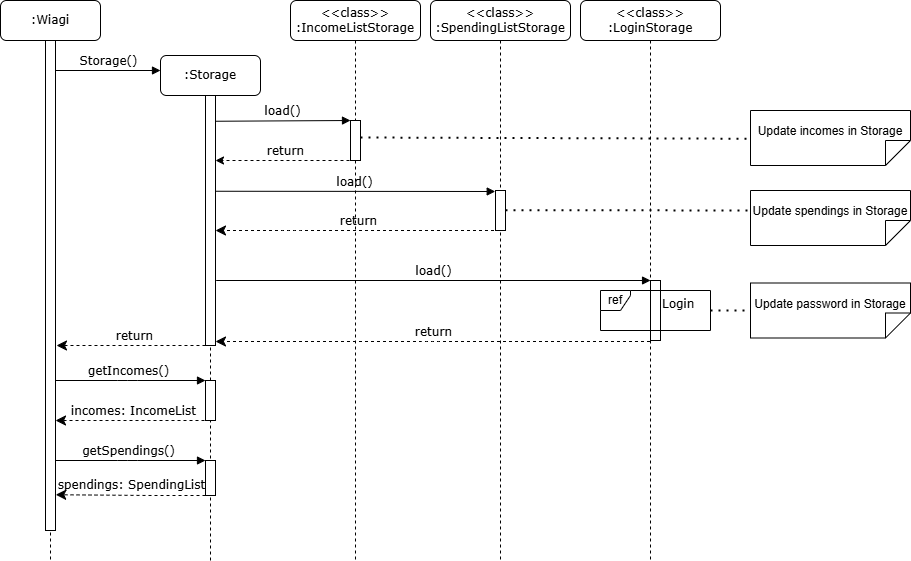
Before: docs/Diagrams/Storage/loadStorageSD.png, a diagram exported from draw.io (wongwh2002/CS2113TeamProject). Source tidied: cells renumbered, new cells last; positions are measured from the earlier drawing's top-left corner, leaving out a move shared by most shapes.
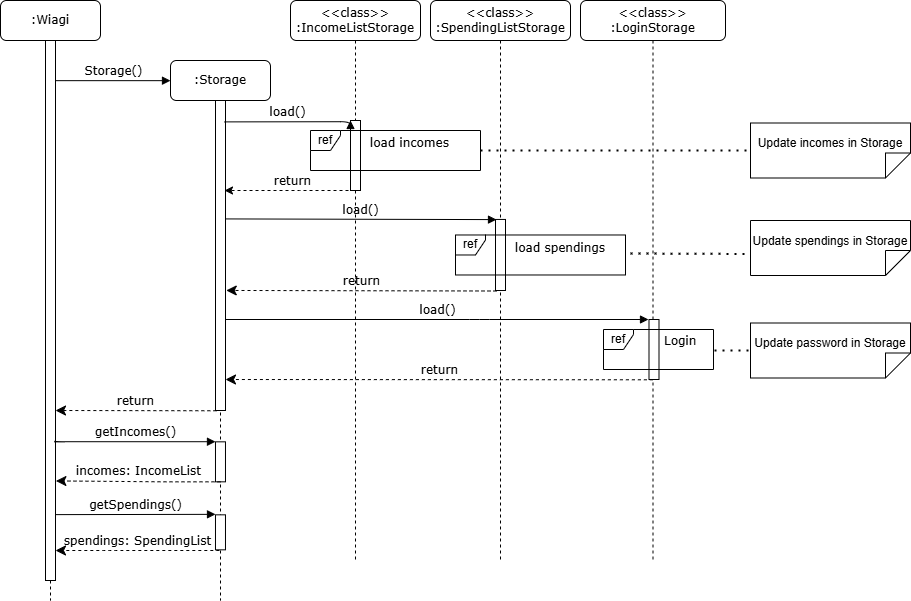
After the change.

Commit message:
Update load storage sd

What changed in the source:
```diff
@@ -3,163 +3,177 @@
     <mxCell id="0" />
     <mxCell id="1" parent="0" />
     <mxCell id="2" value=":Storage" style="shape=umlLifeline;perimeter=lifelinePerimeter;whiteSpace=wrap;html=1;rounded=1;shadow=0;comic=0;labelBackgroundColor=none;strokeWidth=1;fontFamily=Verdana;fontSize=12;align=center;" parent="1" vertex="1">
-      <mxGeometry x="160" y="55" width="100" height="505" as="geometry" />
+      <mxGeometry x="170" y="60" width="100" height="540" as="geometry" />
     </mxCell>
     <mxCell id="3" style="html=1;points=[];perimeter=orthogonalPerimeter;rounded=0;shadow=0;comic=0;labelBackgroundColor=none;strokeWidth=1;fontFamily=Verdana;fontSize=12;align=center;" parent="2" vertex="1">
-      <mxGeometry x="45" y="40" width="10" height="250" as="geometry" />
+      <mxGeometry x="45" y="40" width="10" height="310" as="geometry" />
     </mxCell>
+    <mxCell id="33" value="return" style="html=1;verticalAlign=bottom;endArrow=classic;dashed=1;endSize=8;labelBackgroundColor=none;fontFamily=Verdana;fontSize=12;edgeStyle=elbowEdgeStyle;elbow=vertical;endFill=1;exitX=0.087;exitY=0.998;exitDx=0;exitDy=0;exitPerimeter=0;" parent="2" edge="1">
+      <mxGeometry relative="1" as="geometry">
+        <mxPoint x="45.8" y="350.3" as="sourcePoint" />
+        <mxPoint x="-115" y="350.3" as="targetPoint" />
+        <Array as="points">
+          <mxPoint x="-20" y="350" />
+          <mxPoint x="-15" y="350.3" />
+          <mxPoint x="15" y="350.3" />
+        </Array>
+      </mxGeometry>
+    </mxCell>
+    <mxCell id="12" value="&amp;lt;&amp;lt;class&amp;gt;&amp;gt;&lt;br&gt;:IncomeListStorage" style="shape=umlLifeline;perimeter=lifelinePerimeter;whiteSpace=wrap;html=1;rounded=1;shadow=0;comic=0;labelBackgroundColor=none;strokeWidth=1;fontFamily=Verdana;fontSize=12;align=center;" parent="1" vertex="1">
+      <mxGeometry x="290" width="130" height="560" as="geometry" />
+    </mxCell>
+    <mxCell id="13" style="html=1;perimeter=orthogonalPerimeter;rounded=0;shadow=0;comic=0;labelBackgroundColor=none;strokeWidth=1;fontFamily=Verdana;fontSize=12;align=center;" parent="12" vertex="1">
+      <mxGeometry x="60" y="120" width="10" height="70" as="geometry" />
+    </mxCell>
+    <mxCell id="14" value="load()" style="html=1;verticalAlign=bottom;endArrow=block;labelBackgroundColor=none;fontFamily=Verdana;fontSize=12;edgeStyle=elbowEdgeStyle;elbow=vertical;exitX=0.905;exitY=0.069;exitDx=0;exitDy=0;exitPerimeter=0;" parent="12" edge="1" source="3">
+      <mxGeometry relative="1" as="geometry">
+        <mxPoint x="60" y="120" as="targetPoint" />
+      </mxGeometry>
+    </mxCell>
+    <mxCell id="10" value="return" style="html=1;verticalAlign=bottom;endArrow=classic;dashed=1;endSize=8;labelBackgroundColor=none;fontFamily=Verdana;fontSize=12;edgeStyle=elbowEdgeStyle;elbow=vertical;endFill=1;exitX=0.1;exitY=1.007;exitDx=0;exitDy=0;exitPerimeter=0;" parent="12" edge="1">
+      <mxGeometry relative="1" as="geometry">
+        <mxPoint x="206" y="290.5" as="sourcePoint" />
+        <mxPoint x="-64.2" y="289.9" as="targetPoint" />
+        <Array as="points">
+          <mxPoint x="10.8" y="289.9" />
+          <mxPoint x="40.8" y="289.9" />
+        </Array>
+      </mxGeometry>
+    </mxCell>
+    <mxCell id="9" value="return" style="html=1;verticalAlign=bottom;endArrow=classic;dashed=1;labelBackgroundColor=none;fontFamily=Verdana;fontSize=12;edgeStyle=elbowEdgeStyle;elbow=vertical;endFill=1;" parent="12" edge="1">
+      <mxGeometry relative="1" as="geometry">
+        <mxPoint x="70" y="190" as="sourcePoint" />
+        <mxPoint x="-66" y="190" as="targetPoint" />
+        <Array as="points">
+          <mxPoint x="19" y="190" />
+          <mxPoint x="49" y="190" />
+        </Array>
+      </mxGeometry>
+    </mxCell>
+    <mxCell id="15" value=":Wiagi" style="shape=umlLifeline;perimeter=lifelinePerimeter;whiteSpace=wrap;html=1;rounded=1;shadow=0;comic=0;labelBackgroundColor=none;strokeWidth=1;fontFamily=Verdana;fontSize=12;align=center;" parent="1" vertex="1">
+      <mxGeometry width="100" height="600" as="geometry" />
+    </mxCell>
+    <mxCell id="17" style="html=1;points=[];perimeter=orthogonalPerimeter;rounded=0;shadow=0;comic=0;labelBackgroundColor=none;strokeWidth=1;fontFamily=Verdana;fontSize=12;align=center;" parent="15" vertex="1">
+      <mxGeometry x="45" y="40" width="10" height="540" as="geometry" />
+    </mxCell>
-    <mxCell id="4" style="html=1;perimeter=orthogonalPerimeter;rounded=0;shadow=0;comic=0;labelBackgroundColor=none;strokeWidth=1;fontFamily=Verdana;fontSize=12;align=center;" parent="2" vertex="1">
-      <mxGeometry x="45" y="325" width="10" height="40" as="geometry" />
+    <mxCell id="4" style="html=1;perimeter=orthogonalPerimeter;rounded=0;shadow=0;comic=0;labelBackgroundColor=none;strokeWidth=1;fontFamily=Verdana;fontSize=12;align=center;" parent="15" vertex="1">
+      <mxGeometry x="215" y="441.3" width="10" height="40" as="geometry" />
     </mxCell>
-    <mxCell id="5" value="incomes: IncomeList" style="html=1;verticalAlign=bottom;endArrow=classic;dashed=1;endSize=8;labelBackgroundColor=none;fontFamily=Verdana;fontSize=12;edgeStyle=elbowEdgeStyle;elbow=horizontal;endFill=1;" parent="2" edge="1">
+    <mxCell id="5" value="incomes: IncomeList" style="html=1;verticalAlign=bottom;endArrow=classic;dashed=1;endSize=8;labelBackgroundColor=none;fontFamily=Verdana;fontSize=12;edgeStyle=elbowEdgeStyle;elbow=horizontal;endFill=1;entryX=1.04;entryY=0.688;entryDx=0;entryDy=0;entryPerimeter=0;" parent="15" edge="1">
       <mxGeometry relative="1" as="geometry">
-        <mxPoint x="50" y="365" as="sourcePoint" />
-        <mxPoint x="-105" y="365" as="targetPoint" />
+        <mxPoint x="220" y="481.3" as="sourcePoint" />
+        <mxPoint x="55.4" y="480.4" as="targetPoint" />
         <Array as="points">
-          <mxPoint x="-5" y="365" />
-          <mxPoint x="25" y="365" />
+          <mxPoint x="165" y="481.3" />
+          <mxPoint x="195" y="481.3" />
         </Array>
       </mxGeometry>
     </mxCell>
-    <mxCell id="6" style="html=1;perimeter=orthogonalPerimeter;rounded=0;shadow=0;comic=0;labelBackgroundColor=none;strokeWidth=1;fontFamily=Verdana;fontSize=12;align=center;" parent="2" vertex="1">
-      <mxGeometry x="45" y="405" width="10" height="35" as="geometry" />
+    <mxCell id="6" style="html=1;perimeter=orthogonalPerimeter;rounded=0;shadow=0;comic=0;labelBackgroundColor=none;strokeWidth=1;fontFamily=Verdana;fontSize=12;align=center;" parent="15" vertex="1">
+      <mxGeometry x="215" y="514.3" width="10" height="35" as="geometry" />
     </mxCell>
-    <mxCell id="7" value="getSpendings()" style="html=1;verticalAlign=bottom;endArrow=block;labelBackgroundColor=none;fontFamily=Verdana;fontSize=12;edgeStyle=elbowEdgeStyle;elbow=vertical;" parent="2" edge="1">
-      <mxGeometry relative="1" as="geometry">
-        <mxPoint x="-110.5" y="405" as="sourcePoint" />
-        <mxPoint x="45" y="405" as="targetPoint" />
-      </mxGeometry>
-    </mxCell>
-    <mxCell id="8" value="getIncomes()" style="html=1;verticalAlign=bottom;endArrow=block;labelBackgroundColor=none;fontFamily=Verdana;fontSize=12;edgeStyle=elbowEdgeStyle;elbow=vertical;" parent="2" edge="1">
+    <mxCell id="8" value="getIncomes()" style="html=1;verticalAlign=bottom;endArrow=block;labelBackgroundColor=none;fontFamily=Verdana;fontSize=12;edgeStyle=elbowEdgeStyle;elbow=vertical;exitX=0.972;exitY=0.624;exitDx=0;exitDy=0;exitPerimeter=0;" parent="15" edge="1">
       <mxGeometry relative="1" as="geometry">
-        <mxPoint x="-110.5" y="325" as="sourcePoint" />
-        <mxPoint x="45" y="325" as="targetPoint" />
+        <mxPoint x="54.7" y="440.1" as="sourcePoint" />
+        <mxPoint x="215" y="441.3" as="targetPoint" />
       </mxGeometry>
     </mxCell>
-    <mxCell id="9" value="return" style="html=1;verticalAlign=bottom;endArrow=classic;dashed=1;labelBackgroundColor=none;fontFamily=Verdana;fontSize=12;edgeStyle=elbowEdgeStyle;elbow=vertical;endFill=1;" parent="2" edge="1">
-      <mxGeometry relative="1" as="geometry">
-        <mxPoint x="195" y="105" as="sourcePoint" />
-        <mxPoint x="55" y="105" as="targetPoint" />
-        <Array as="points">
-          <mxPoint x="140" y="105" />
-          <mxPoint x="170" y="105" />
-        </Array>
-      </mxGeometry>
-    </mxCell>
-    <mxCell id="10" value="return" style="html=1;verticalAlign=bottom;endArrow=classic;dashed=1;endSize=8;labelBackgroundColor=none;fontFamily=Verdana;fontSize=12;edgeStyle=elbowEdgeStyle;elbow=vertical;endFill=1;" parent="2" edge="1" source="19">
-      <mxGeometry relative="1" as="geometry">
-        <mxPoint x="55" y="175" as="targetPoint" />
-        <Array as="points">
-          <mxPoint x="130" y="175" />
-          <mxPoint x="160" y="175" />
-        </Array>
-      </mxGeometry>
-    </mxCell>
-    <mxCell id="11" value="return" style="html=1;verticalAlign=bottom;endArrow=classic;dashed=1;endSize=8;labelBackgroundColor=none;fontFamily=Verdana;fontSize=12;edgeStyle=elbowEdgeStyle;elbow=vertical;endFill=1;" parent="2" edge="1">
-      <mxGeometry relative="1" as="geometry">
-        <mxPoint x="489.5" y="286" as="sourcePoint" />
-        <mxPoint x="55" y="286" as="targetPoint" />
-        <Array as="points">
-          <mxPoint x="270.5" y="286" />
-          <mxPoint x="300.5" y="286" />
-        </Array>
-      </mxGeometry>
-    </mxCell>
-    <mxCell id="12" value="&amp;lt;&amp;lt;class&amp;gt;&amp;gt;&lt;br&gt;:IncomeListStorage" style="shape=umlLifeline;perimeter=lifelinePerimeter;whiteSpace=wrap;html=1;rounded=1;shadow=0;comic=0;labelBackgroundColor=none;strokeWidth=1;fontFamily=Verdana;fontSize=12;align=center;" parent="1" vertex="1">
-      <mxGeometry x="290" width="130" height="560" as="geometry" />
-    </mxCell>
-    <mxCell id="13" style="html=1;perimeter=orthogonalPerimeter;rounded=0;shadow=0;comic=0;labelBackgroundColor=none;strokeWidth=1;fontFamily=Verdana;fontSize=12;align=center;" parent="12" vertex="1">
-      <mxGeometry x="60" y="120" width="10" height="40" as="geometry" />
-    </mxCell>
-    <mxCell id="14" value="load()" style="html=1;verticalAlign=bottom;endArrow=block;labelBackgroundColor=none;fontFamily=Verdana;fontSize=12;edgeStyle=elbowEdgeStyle;elbow=vertical;exitX=1.02;exitY=0.103;exitDx=0;exitDy=0;exitPerimeter=0;" parent="12" edge="1" source="3">
-      <mxGeometry relative="1" as="geometry">
-        <mxPoint x="60" y="120" as="targetPoint" />
-      </mxGeometry>
-    </mxCell>
-    <mxCell id="15" value=":Wiagi" style="shape=umlLifeline;perimeter=lifelinePerimeter;whiteSpace=wrap;html=1;rounded=1;shadow=0;comic=0;labelBackgroundColor=none;strokeWidth=1;fontFamily=Verdana;fontSize=12;align=center;" parent="1" vertex="1">
-      <mxGeometry width="100" height="560" as="geometry" />
-    </mxCell>
-    <mxCell id="16" value="spendings: SpendingList" style="html=1;verticalAlign=bottom;endArrow=classic;dashed=1;endSize=8;labelBackgroundColor=none;fontFamily=Verdana;fontSize=12;edgeStyle=elbowEdgeStyle;elbow=horizontal;entryX=1.024;entryY=0.927;entryDx=0;entryDy=0;entryPerimeter=0;endFill=1;" parent="15" edge="1" target="17">
-      <mxGeometry relative="1" as="geometry">
-        <mxPoint x="205" y="495" as="sourcePoint" />
-        <Array as="points">
-          <mxPoint x="150" y="495" />
-          <mxPoint x="180" y="495" />
-        </Array>
-      </mxGeometry>
-    </mxCell>
-    <mxCell id="17" style="html=1;points=[];perimeter=orthogonalPerimeter;rounded=0;shadow=0;comic=0;labelBackgroundColor=none;strokeWidth=1;fontFamily=Verdana;fontSize=12;align=center;" parent="15" vertex="1">
-      <mxGeometry x="45" y="40" width="10" height="490" as="geometry" />
-    </mxCell>
-    <mxCell id="18" value="Storage()" style="html=1;verticalAlign=bottom;endArrow=block;labelBackgroundColor=none;fontFamily=Verdana;fontSize=12;edgeStyle=elbowEdgeStyle;elbow=vertical;" parent="15" edge="1">
-      <mxGeometry relative="1" as="geometry">
-        <mxPoint x="55" y="70" as="sourcePoint" />
-        <mxPoint x="160" y="70" as="targetPoint" />
-      </mxGeometry>
-    </mxCell>
     <mxCell id="19" value="&amp;lt;&amp;lt;class&amp;gt;&amp;gt;&lt;br&gt;:SpendingListStorage" style="shape=umlLifeline;perimeter=lifelinePerimeter;whiteSpace=wrap;html=1;outlineConnect=0;rounded=1;shadow=0;comic=0;labelBackgroundColor=none;strokeWidth=1;fontFamily=Verdana;fontSize=12;align=center;" parent="1" vertex="1">
       <mxGeometry x="430" width="140" height="560" as="geometry" />
     </mxCell>
     <mxCell id="20" style="html=1;points=[];perimeter=orthogonalPerimeter;rounded=0;shadow=0;comic=0;labelBackgroundColor=none;strokeWidth=1;fontFamily=Verdana;fontSize=12;align=center;" parent="19" vertex="1">
-      <mxGeometry x="65" y="190" width="10" height="40" as="geometry" />
+      <mxGeometry x="65" y="218.9" width="10" height="71" as="geometry" />
     </mxCell>
+    <mxCell id="11" value="return" style="html=1;verticalAlign=bottom;endArrow=classic;dashed=1;endSize=8;labelBackgroundColor=none;fontFamily=Verdana;fontSize=12;edgeStyle=elbowEdgeStyle;elbow=vertical;endFill=1;exitX=0.389;exitY=1.005;exitDx=0;exitDy=0;exitPerimeter=0;" parent="19" edge="1" source="22">
+      <mxGeometry relative="1" as="geometry">
+        <mxPoint x="-205" y="379" as="targetPoint" />
+        <Array as="points">
+          <mxPoint x="10.5" y="379" />
+          <mxPoint x="40.5" y="379" />
+        </Array>
+      </mxGeometry>
+    </mxCell>
+    <mxCell id="34" value="ref" style="shape=umlFrame;whiteSpace=wrap;html=1;width=30;height=20;" parent="19" vertex="1">
+      <mxGeometry x="-120" y="130" width="170" height="40" as="geometry" />
+    </mxCell>
+    <mxCell id="35" value="&lt;div style=&quot;text-align: center;&quot;&gt;&lt;span style=&quot;background-color: initial; text-wrap-mode: nowrap;&quot;&gt;&lt;font face=&quot;Verdana&quot;&gt;load incomes&lt;/font&gt;&lt;/span&gt;&lt;/div&gt;" style="text;whiteSpace=wrap;html=1;" parent="19" vertex="1">
+      <mxGeometry x="-62" y="129" width="70" height="21" as="geometry" />
+    </mxCell>
+    <mxCell id="36" value="ref" style="shape=umlFrame;whiteSpace=wrap;html=1;width=30;height=20;" parent="19" vertex="1">
+      <mxGeometry x="25" y="234.5" width="170" height="40" as="geometry" />
+    </mxCell>
+    <mxCell id="37" value="&lt;div style=&quot;text-align: center;&quot;&gt;&lt;span style=&quot;background-color: initial; text-wrap-mode: nowrap;&quot;&gt;&lt;font face=&quot;Verdana&quot;&gt;load spendings&lt;/font&gt;&lt;/span&gt;&lt;/div&gt;" style="text;whiteSpace=wrap;html=1;" parent="19" vertex="1">
+      <mxGeometry x="83" y="234" width="70" height="20" as="geometry" />
+    </mxCell>
     <mxCell id="21" value="&amp;lt;&amp;lt;class&amp;gt;&amp;gt;&lt;br&gt;:LoginStorage" style="shape=umlLifeline;perimeter=lifelinePerimeter;whiteSpace=wrap;html=1;rounded=1;shadow=0;comic=0;labelBackgroundColor=none;strokeWidth=1;fontFamily=Verdana;fontSize=12;align=center;" parent="1" vertex="1">
-      <mxGeometry x="580" width="140" height="560" as="geometry" />
+      <mxGeometry x="580" width="145" height="560" as="geometry" />
     </mxCell>
     <mxCell id="22" style="html=1;points=[];perimeter=orthogonalPerimeter;rounded=0;shadow=0;comic=0;labelBackgroundColor=none;strokeWidth=1;fontFamily=Verdana;fontSize=12;align=center;" parent="21" vertex="1">
-      <mxGeometry x="70" y="280" width="10" height="60" as="geometry" />
+      <mxGeometry x="68.5" y="319" width="10" height="60" as="geometry" />
     </mxCell>
-    <mxCell id="23" value="ref" style="shape=umlFrame;whiteSpace=wrap;html=1;width=30;height=20;" parent="1" vertex="1">
-      <mxGeometry x="600" y="290" width="110" height="40" as="geometry" />
+    <mxCell id="23" value="ref" style="shape=umlFrame;whiteSpace=wrap;html=1;width=30;height=20;" parent="21" vertex="1">
+      <mxGeometry x="23" y="329" width="110" height="40" as="geometry" />
     </mxCell>
-    <mxCell id="24" value="&lt;div style=&quot;text-align: center;&quot;&gt;&lt;span style=&quot;background-color: initial; text-wrap-mode: nowrap;&quot;&gt;&lt;font face=&quot;Verdana&quot;&gt;Login&lt;/font&gt;&lt;/span&gt;&lt;/div&gt;" style="text;whiteSpace=wrap;html=1;" parent="1" vertex="1">
-      <mxGeometry x="660" y="290" width="70" height="20" as="geometry" />
+    <mxCell id="24" value="&lt;div style=&quot;text-align: center;&quot;&gt;&lt;span style=&quot;background-color: initial; text-wrap-mode: nowrap;&quot;&gt;&lt;font face=&quot;Verdana&quot;&gt;Login&lt;/font&gt;&lt;/span&gt;&lt;/div&gt;" style="text;whiteSpace=wrap;html=1;" parent="21" vertex="1">
+      <mxGeometry x="82" y="327" width="70" height="20" as="geometry" />
     </mxCell>
+    <mxCell id="26" value="load()" style="html=1;verticalAlign=bottom;endArrow=block;labelBackgroundColor=none;fontFamily=Verdana;fontSize=12;edgeStyle=elbowEdgeStyle;elbow=vertical;" parent="21" edge="1" source="3">
+      <mxGeometry relative="1" as="geometry">
+        <mxPoint x="68" y="319" as="targetPoint" />
+        <Array as="points">
+          <mxPoint x="-101.2" y="319" />
+          <mxPoint x="54.3" y="314" />
+        </Array>
+      </mxGeometry>
+    </mxCell>
-    <mxCell id="25" value="load()" style="html=1;verticalAlign=bottom;endArrow=block;labelBackgroundColor=none;fontFamily=Verdana;fontSize=12;edgeStyle=elbowEdgeStyle;elbow=vertical;exitX=0.972;exitY=0.383;exitDx=0;exitDy=0;exitPerimeter=0;entryX=-0.028;entryY=0.012;entryDx=0;entryDy=0;entryPerimeter=0;" parent="1" edge="1" source="3" target="20">
-      <mxGeometry relative="1" as="geometry" />
+    <mxCell id="25" value="load()" style="html=1;verticalAlign=bottom;endArrow=block;labelBackgroundColor=none;fontFamily=Verdana;fontSize=12;edgeStyle=elbowEdgeStyle;elbow=vertical;exitX=0.855;exitY=0.382;exitDx=0;exitDy=0;exitPerimeter=0;" parent="1" edge="1">
+      <mxGeometry relative="1" as="geometry">
+        <mxPoint x="224.5" y="218.4" as="sourcePoint" />
+        <mxPoint x="496" y="219" as="targetPoint" />
+      </mxGeometry>
     </mxCell>
-    <mxCell id="26" value="load()" style="html=1;verticalAlign=bottom;endArrow=block;labelBackgroundColor=none;fontFamily=Verdana;fontSize=12;edgeStyle=elbowEdgeStyle;elbow=vertical;exitX=1.067;exitY=0.74;exitDx=0;exitDy=0;exitPerimeter=0;entryX=0.005;entryY=0;entryDx=0;entryDy=0;entryPerimeter=0;" parent="1" edge="1" source="3" target="22">
-      <mxGeometry relative="1" as="geometry">
-        <Array as="points">
-          <mxPoint x="280.5" y="280" />
-          <mxPoint x="436" y="275" />
-        </Array>
-      </mxGeometry>
-    </mxCell>
     <mxCell id="27" value="&lt;div style=&quot;&quot;&gt;Update password in Storage&lt;/div&gt;" style="shape=note2;boundedLbl=1;whiteSpace=wrap;html=1;size=25;verticalAlign=bottom;align=center;flipH=0;flipV=1;" parent="1" vertex="1">
-      <mxGeometry x="750" y="282.5" width="160" height="55" as="geometry" />
+      <mxGeometry x="750" y="322.5" width="160" height="55" as="geometry" />
     </mxCell>
-    <mxCell id="28" style="endArrow=none;dashed=1;html=1;dashPattern=1 3;strokeWidth=2;rounded=0;exitX=1;exitY=0.494;exitDx=0;exitDy=0;exitPerimeter=0;" parent="1" edge="1" source="20">
+    <mxCell id="28" style="endArrow=none;dashed=1;html=1;dashPattern=1 3;strokeWidth=2;rounded=0;entryX=-0.004;entryY=0.391;entryDx=0;entryDy=0;entryPerimeter=0;" parent="1" edge="1" target="31">
       <mxGeometry relative="1" as="geometry">
-        <mxPoint x="750" y="209.9" as="targetPoint" />
+        <mxPoint x="630" y="253" as="sourcePoint" />
       </mxGeometry>
     </mxCell>
-    <mxCell id="29" style="endArrow=none;dashed=1;html=1;dashPattern=1 3;strokeWidth=2;rounded=0;" parent="1" edge="1" target="27">
+    <mxCell id="29" style="endArrow=none;dashed=1;html=1;dashPattern=1 3;strokeWidth=2;rounded=0;" parent="1" edge="1">
       <mxGeometry relative="1" as="geometry">
-        <mxPoint x="710" y="310" as="sourcePoint" />
+        <mxPoint x="714" y="350" as="sourcePoint" />
+        <mxPoint x="754" y="350" as="targetPoint" />
       </mxGeometry>
     </mxCell>
     <mxCell id="30" value="Update incomes in Storage" style="shape=note2;boundedLbl=1;whiteSpace=wrap;html=1;size=25;verticalAlign=bottom;align=center;flipV=1;" parent="1" vertex="1">
-      <mxGeometry x="750" y="110" width="160" height="55" as="geometry" />
+      <mxGeometry x="750" y="122.5" width="160" height="55" as="geometry" />
     </mxCell>
     <mxCell id="31" value="Update spendings in Storage" style="shape=note2;boundedLbl=1;whiteSpace=wrap;html=1;size=25;verticalAlign=bottom;align=center;flipV=1;" parent="1" vertex="1">
-      <mxGeometry x="750" y="190" width="160" height="55" as="geometry" />
+      <mxGeometry x="750" y="220" width="160" height="55" as="geometry" />
     </mxCell>
-    <mxCell id="32" style="endArrow=none;dashed=1;html=1;dashPattern=1 3;strokeWidth=2;rounded=0;entryX=0.013;entryY=0.645;entryDx=0;entryDy=0;entryPerimeter=0;" parent="1" edge="1">
-      <mxGeometry relative="1" as="geometry">
-        <mxPoint x="360" y="137" as="sourcePoint" />
-        <mxPoint x="750" y="138.2" as="targetPoint" />
-      </mxGeometry>
+    <mxCell id="32" style="endArrow=none;dashed=1;html=1;dashPattern=1 3;strokeWidth=2;rounded=0;entryX=0;entryY=0.5;entryDx=0;entryDy=0;entryPerimeter=0;" parent="1" edge="1" source="34" target="30">
+      <mxGeometry relative="1" as="geometry" />
     </mxCell>
-    <mxCell id="33" value="return" style="html=1;verticalAlign=bottom;endArrow=classic;dashed=1;endSize=8;labelBackgroundColor=none;fontFamily=Verdana;fontSize=12;edgeStyle=elbowEdgeStyle;elbow=vertical;endFill=1;" parent="1" edge="1">
-      <mxGeometry relative="1" as="geometry">
-        <mxPoint x="211" y="345" as="sourcePoint" />
-        <mxPoint x="56" y="345" as="targetPoint" />
-        <Array as="points">
-          <mxPoint x="156" y="345" />
-          <mxPoint x="186" y="345" />
-        </Array>
-      </mxGeometry>
-    </mxCell>
+    <mxCell id="18" value="Storage()" style="html=1;verticalAlign=bottom;endArrow=block;labelBackgroundColor=none;fontFamily=Verdana;fontSize=12;edgeStyle=elbowEdgeStyle;elbow=vertical;" parent="1" edge="1" source="17">
+      <mxGeometry relative="1" as="geometry">
+        <mxPoint x="170" y="80" as="targetPoint" />
+      </mxGeometry>
+    </mxCell>
+    <mxCell id="16" value="spendings: SpendingList" style="html=1;verticalAlign=bottom;endArrow=classic;dashed=1;endSize=8;labelBackgroundColor=none;fontFamily=Verdana;fontSize=12;edgeStyle=elbowEdgeStyle;elbow=horizontal;endFill=1;" parent="1" edge="1">
+      <mxGeometry relative="1" as="geometry">
+        <mxPoint x="218.8" y="550" as="sourcePoint" />
+        <mxPoint x="55" y="550" as="targetPoint" />
+        <Array as="points">
+          <mxPoint x="110.3" y="550" />
+          <mxPoint x="140.3" y="550" />
+        </Array>
+      </mxGeometry>
+    </mxCell>
+    <mxCell id="7" value="getSpendings()" style="html=1;verticalAlign=bottom;endArrow=block;labelBackgroundColor=none;fontFamily=Verdana;fontSize=12;edgeStyle=elbowEdgeStyle;elbow=vertical;exitX=0.985;exitY=0.878;exitDx=0;exitDy=0;exitPerimeter=0;" parent="1" edge="1" source="17">
+      <mxGeometry relative="1" as="geometry">
+        <mxPoint x="215" y="514" as="targetPoint" />
+      </mxGeometry>
+    </mxCell>
   </root>
 </mxGraphModel>
```
